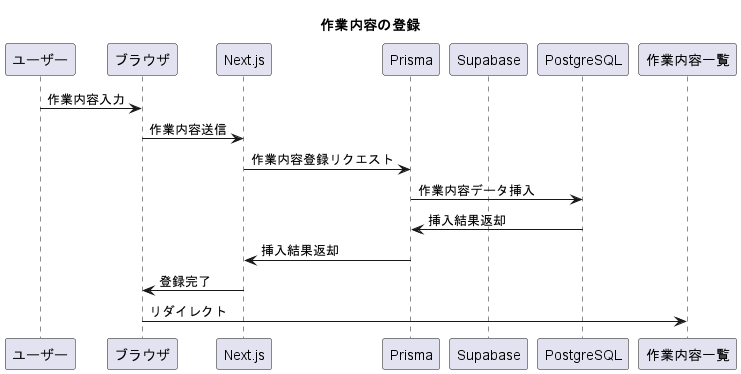
The PlantUML diagram uml/out/angerLog/funcCategoryInsert/funcCategoryInsert.png in washogo/angerLogApp, before a commit. Its diagram source:
```plantuml
@startuml funcCategoryInsert
title "作業内容の登録"

participant ユーザー
participant ブラウザ
participant Next.js
participant Prisma
participant Supabase
participant PostgreSQL
participant 作業内容一覧

ユーザー -> ブラウザ: 作業内容入力
ブラウザ -> Next.js: 作業内容送信
Next.js -> Prisma: 作業内容登録リクエスト
Prisma -> PostgreSQL: 作業内容データ挿入
PostgreSQL -> Prisma: 挿入結果返却
Prisma -> Next.js: 挿入結果返却
Next.js -> ブラウザ: 登録完了
ブラウザ -> 作業内容一覧: リダイレクト
@enduml
```
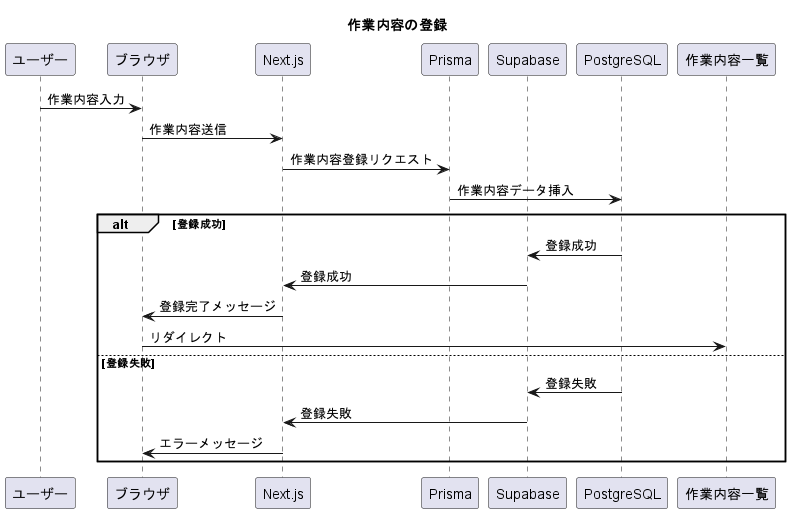
The same diagram one commit later.

Diff of the diagram source:
```diff
@@ -13,8 +13,15 @@
 ブラウザ -> Next.js: 作業内容送信
 Next.js -> Prisma: 作業内容登録リクエスト
 Prisma -> PostgreSQL: 作業内容データ挿入
-PostgreSQL -> Prisma: 挿入結果返却
-Prisma -> Next.js: 挿入結果返却
-Next.js -> ブラウザ: 登録完了
+alt 登録成功
+PostgreSQL -> Supabase: 登録成功
+  Supabase -> Next.js: 登録成功
+  Next.js -> ブラウザ: 登録完了メッセージ
 ブラウザ -> 作業内容一覧: リダイレクト
+else 登録失敗
+  PostgreSQL -> Supabase: 登録失敗
+  Supabase -> Next.js: 登録失敗
+  Next.js -> ブラウザ: エラーメッセージ
+end
+
 @enduml
```
